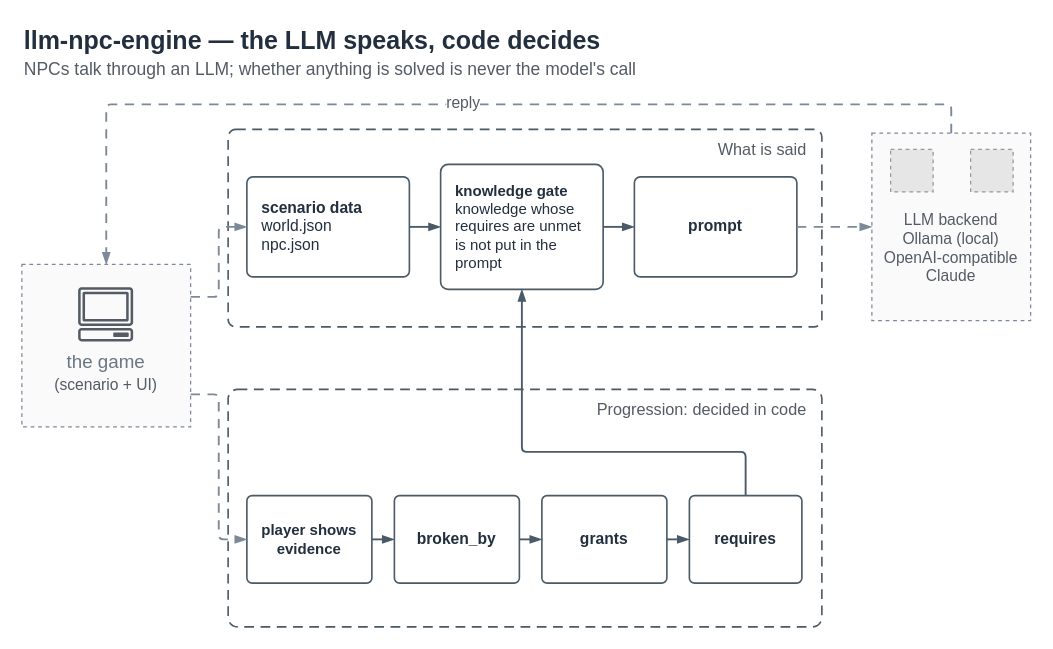
Earlier version of the draw.io diagram docs/architecture.drawio (dkurokawa/llm-npc-engine). Source tidied: cells renumbered, new cells numbered last; positions are measured from the earlier drawing's top-left corner, leaving out a move shared by most shapes. Both pictures are drawn from the tidied source at 125%, with x=0, y=0 at pixel (21, 21). Pictures stored in the file or linked from it are replaced by grey dashed boxes.
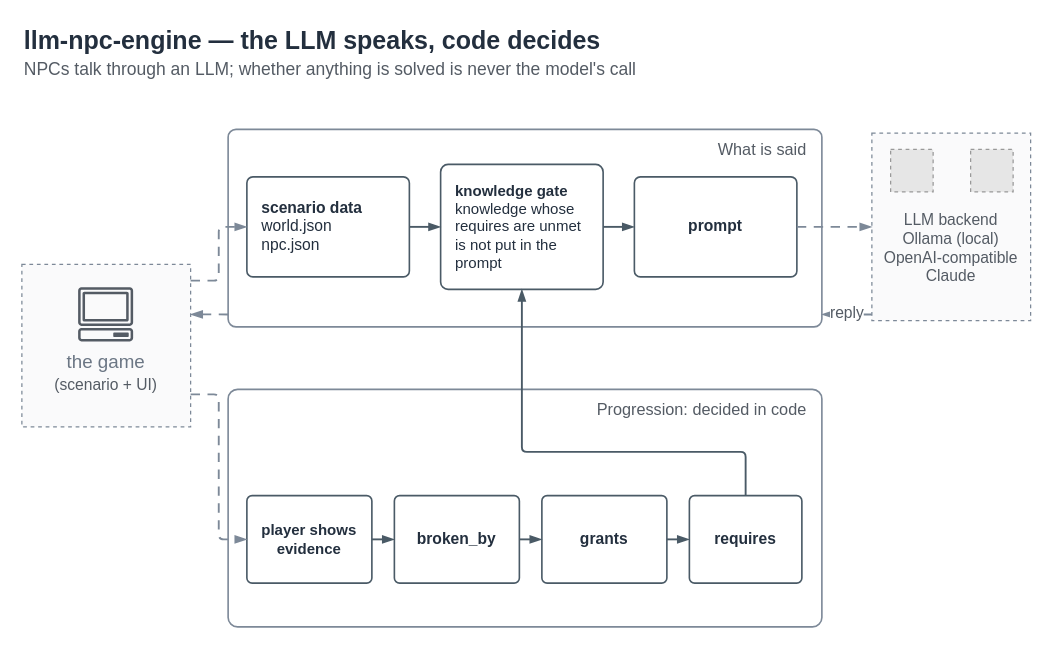
The same page after the edit.

Unchanged cells that the change refers to:
```xml
<mxCell id="5" style="points=[];outlineConnect=0;gradientColor=none;html=1;whiteSpace=wrap;fontSize=12.5;fontStyle=0;shape=mxgraph.aws4.group;grIcon=mxgraph.aws4.group;strokeColor=#7D8998;fillColor=#FAFAFB;verticalAlign=top;align=left;spacingLeft=8;spacingTop=2;fontColor=#6B7684;dashed=1;" parent="1" vertex="1">
  <mxGeometry y="194" width="135" height="130" as="geometry" />
</mxCell>
<mxCell id="7" style="points=[];outlineConnect=0;gradientColor=none;html=1;whiteSpace=wrap;fontSize=12.5;fontStyle=0;shape=mxgraph.aws4.group;grIcon=mxgraph.aws4.group;strokeColor=#7D8998;fillColor=#FAFAFB;verticalAlign=top;align=left;spacingLeft=8;spacingTop=2;fontColor=#6B7684;dashed=1;" parent="1" vertex="1">
  <mxGeometry x="680" y="89" width="127" height="150" as="geometry" />
</mxCell>
<mxCell id="12" value="&lt;b&gt;scenario data&lt;/b&gt;&lt;br&gt;world.json&lt;br&gt;npc.json" style="rounded=1;arcSize=6;html=1;whiteSpace=wrap;fillColor=#FFFFFF;strokeColor=#4A5A66;strokeWidth=1.3;fontSize=12.5;fontColor=#232F3E;align=left;verticalAlign=middle;spacingLeft=10;spacingRight=10;" parent="1" vertex="1">
  <mxGeometry x="180" y="124" width="130" height="80" as="geometry" />
</mxCell>
<mxCell id="13" value="&lt;b&gt;knowledge gate&lt;/b&gt;&lt;br&gt;knowledge whose requires are unmet is not put in the prompt" style="rounded=1;arcSize=6;html=1;whiteSpace=wrap;fillColor=#FFFFFF;strokeColor=#4A5A66;strokeWidth=1.3;fontSize=12;fontColor=#232F3E;align=left;verticalAlign=middle;spacingLeft=10;spacingRight=10;" parent="1" vertex="1">
  <mxGeometry x="335" y="114" width="130" height="100" as="geometry" />
</mxCell>
<mxCell id="16" value="&lt;b&gt;player shows evidence&lt;/b&gt;" style="rounded=1;arcSize=6;html=1;whiteSpace=wrap;fillColor=#FFFFFF;strokeColor=#4A5A66;strokeWidth=1.3;fontSize=12;fontColor=#232F3E;align=center;verticalAlign=middle;spacingLeft=10;spacingRight=10;" parent="1" vertex="1">
  <mxGeometry x="180" y="379" width="100" height="70" as="geometry" />
</mxCell>
<mxCell id="17" value="&lt;b&gt;broken_by&lt;/b&gt;" style="rounded=1;arcSize=6;html=1;whiteSpace=wrap;fillColor=#FFFFFF;strokeColor=#4A5A66;strokeWidth=1.3;fontSize=12.5;fontColor=#232F3E;align=center;verticalAlign=middle;spacingLeft=10;spacingRight=10;" parent="1" vertex="1">
  <mxGeometry x="298" y="379" width="100" height="70" as="geometry" />
</mxCell>
<mxCell id="18" value="&lt;b&gt;grants&lt;/b&gt;" style="rounded=1;arcSize=6;html=1;whiteSpace=wrap;fillColor=#FFFFFF;strokeColor=#4A5A66;strokeWidth=1.3;fontSize=12.5;fontColor=#232F3E;align=center;verticalAlign=middle;spacingLeft=10;spacingRight=10;" parent="1" vertex="1">
  <mxGeometry x="416" y="379" width="100" height="70" as="geometry" />
</mxCell>
<mxCell id="19" value="&lt;b&gt;requires&lt;/b&gt;" style="rounded=1;arcSize=6;html=1;whiteSpace=wrap;fillColor=#FFFFFF;strokeColor=#4A5A66;strokeWidth=1.3;fontSize=12.5;fontColor=#232F3E;align=center;verticalAlign=middle;spacingLeft=10;spacingRight=10;" parent="1" vertex="1">
  <mxGeometry x="534" y="379" width="90" height="70" as="geometry" />
</mxCell>
```

The edit, as a diff of the source:
```diff
@@
-    <mxCell id="11" value="What is said" style="rounded=1;arcSize=4;html=1;whiteSpace=wrap;fillColor=none;strokeColor=#4A5A66;strokeWidth=1.3;dashed=1;dashPattern=6 4;verticalAlign=top;align=right;spacingRight=10;spacingTop=2;fontSize=13;fontColor=#545B64;" parent="1" vertex="1">
+    <mxCell id="11" value="What is said" style="rounded=1;arcSize=4;html=1;whiteSpace=wrap;fillColor=none;strokeColor=#7D8998;strokeWidth=1.3;verticalAlign=top;align=right;spacingRight=10;spacingTop=2;fontSize=13;fontColor=#545B64;" parent="1" vertex="1">
       <mxGeometry x="165" y="86" width="475" height="158" as="geometry" />
     </mxCell>
@@
-    <mxCell id="15" value="Progression: decided in code" style="rounded=1;arcSize=4;html=1;whiteSpace=wrap;fillColor=none;strokeColor=#4A5A66;strokeWidth=1.3;dashed=1;dashPattern=6 4;verticalAlign=top;align=right;spacingRight=10;spacingTop=2;fontSize=13;fontColor=#545B64;" parent="1" vertex="1">
+    <mxCell id="15" value="Progression: decided in code" style="rounded=1;arcSize=4;html=1;whiteSpace=wrap;fillColor=none;strokeColor=#7D8998;strokeWidth=1.3;verticalAlign=top;align=right;spacingRight=10;spacingTop=2;fontSize=13;fontColor=#545B64;" parent="1" vertex="1">
       <mxGeometry x="165" y="294" width="475" height="190" as="geometry" />
     </mxCell>
@@
-    <mxCell id="20" style="edgeStyle=orthogonalEdgeStyle;rounded=1;arcSize=8;html=1;strokeColor=#7D8998;strokeWidth=1.5;endArrow=blockThin;endFill=1;fontSize=12.5;fontColor=#545B64;labelBackgroundColor=#ffffff;spacingTop=-2;exitX=1;exitY=0.2;exitDx=0;exitDy=0;entryX=0;entryY=0.5;entryDx=0;entryDy=0;dashed=1;dashPattern=5 4;" parent="1" edge="1" source="5" target="12">
+    <mxCell id="20" style="edgeStyle=orthogonalEdgeStyle;rounded=1;arcSize=8;html=1;strokeColor=#7D8998;strokeWidth=1.5;endArrow=blockThin;endFill=1;fontSize=12.5;fontColor=#545B64;labelBackgroundColor=#ffffff;spacingTop=-2;exitX=1;exitY=0.1;exitDx=0;exitDy=0;entryX=0;entryY=0.5;entryDx=0;entryDy=0;dashed=1;dashPattern=5 4;" parent="1" edge="1" source="5" target="12">
       <mxGeometry relative="1" as="geometry" />
     </mxCell>
@@
-    <mxCell id="25" value="reply" style="edgeStyle=orthogonalEdgeStyle;rounded=1;arcSize=8;html=1;strokeColor=#7D8998;strokeWidth=1.5;endArrow=blockThin;endFill=1;fontSize=12.5;fontColor=#545B64;labelBackgroundColor=#ffffff;spacingTop=-2;exitX=0.5;exitY=0;exitDx=0;exitDy=0;entryX=0.5;entryY=0;entryDx=0;entryDy=0;dashed=1;dashPattern=5 4;" parent="1" edge="1" source="7" target="5">
-      <mxGeometry relative="1" as="geometry">
-        <Array as="points">
-          <mxPoint x="743" y="66" />
-          <mxPoint x="67" y="66" />
-        </Array>
-      </mxGeometry>
+    <mxCell id="25" value="reply" style="edgeStyle=orthogonalEdgeStyle;rounded=1;arcSize=8;html=1;strokeColor=#7D8998;strokeWidth=1.5;endArrow=blockThin;endFill=1;fontSize=12.5;fontColor=#545B64;labelBackgroundColor=#ffffff;spacingTop=-2;exitX=0;exitY=0.967;exitDx=0;exitDy=0;entryX=1;entryY=0.937;entryDx=0;entryDy=0;dashed=1;dashPattern=5 4;" parent="1" edge="1" source="7" target="11">
+      <mxGeometry relative="1" as="geometry" />
     </mxCell>
-    <mxCell id="26" style="edgeStyle=orthogonalEdgeStyle;rounded=1;arcSize=8;html=1;strokeColor=#4A5A66;strokeWidth=1.5;endArrow=blockThin;endFill=1;fontSize=12.5;fontColor=#545B64;labelBackgroundColor=#ffffff;spacingTop=-2;exitX=1;exitY=0.5;exitDx=0;exitDy=0;entryX=0;entryY=0.5;entryDx=0;entryDy=0;" parent="1" edge="1" source="16" target="17">
+    <mxCell id="26" style="edgeStyle=orthogonalEdgeStyle;rounded=1;arcSize=8;html=1;strokeColor=#7D8998;strokeWidth=1.5;endArrow=blockThin;endFill=1;fontSize=12.5;fontColor=#545B64;labelBackgroundColor=#ffffff;spacingTop=-2;exitX=0;exitY=0.937;exitDx=0;exitDy=0;entryX=1;entryY=0.308;entryDx=0;entryDy=0;dashed=1;dashPattern=5 4;" parent="1" edge="1" source="11" target="5">
       <mxGeometry relative="1" as="geometry" />
     </mxCell>
-    <mxCell id="27" style="edgeStyle=orthogonalEdgeStyle;rounded=1;arcSize=8;html=1;strokeColor=#4A5A66;strokeWidth=1.5;endArrow=blockThin;endFill=1;fontSize=12.5;fontColor=#545B64;labelBackgroundColor=#ffffff;spacingTop=-2;exitX=1;exitY=0.5;exitDx=0;exitDy=0;entryX=0;entryY=0.5;entryDx=0;entryDy=0;" parent="1" edge="1" source="17" target="18">
+    <mxCell id="27" style="edgeStyle=orthogonalEdgeStyle;rounded=1;arcSize=8;html=1;strokeColor=#4A5A66;strokeWidth=1.5;endArrow=blockThin;endFill=1;fontSize=12.5;fontColor=#545B64;labelBackgroundColor=#ffffff;spacingTop=-2;exitX=1;exitY=0.5;exitDx=0;exitDy=0;entryX=0;entryY=0.5;entryDx=0;entryDy=0;" parent="1" edge="1" source="16" target="17">
       <mxGeometry relative="1" as="geometry" />
     </mxCell>
-    <mxCell id="28" style="edgeStyle=orthogonalEdgeStyle;rounded=1;arcSize=8;html=1;strokeColor=#4A5A66;strokeWidth=1.5;endArrow=blockThin;endFill=1;fontSize=12.5;fontColor=#545B64;labelBackgroundColor=#ffffff;spacingTop=-2;exitX=1;exitY=0.5;exitDx=0;exitDy=0;entryX=0;entryY=0.5;entryDx=0;entryDy=0;" parent="1" edge="1" source="18" target="19">
+    <mxCell id="28" style="edgeStyle=orthogonalEdgeStyle;rounded=1;arcSize=8;html=1;strokeColor=#4A5A66;strokeWidth=1.5;endArrow=blockThin;endFill=1;fontSize=12.5;fontColor=#545B64;labelBackgroundColor=#ffffff;spacingTop=-2;exitX=1;exitY=0.5;exitDx=0;exitDy=0;entryX=0;entryY=0.5;entryDx=0;entryDy=0;" parent="1" edge="1" source="17" target="18">
       <mxGeometry relative="1" as="geometry" />
     </mxCell>
-    <mxCell id="29" style="edgeStyle=orthogonalEdgeStyle;rounded=1;arcSize=8;html=1;strokeColor=#4A5A66;strokeWidth=1.5;endArrow=blockThin;endFill=1;fontSize=12.5;fontColor=#545B64;labelBackgroundColor=#ffffff;spacingTop=-2;exitX=0.5;exitY=0;exitDx=0;exitDy=0;entryX=0.5;entryY=1;entryDx=0;entryDy=0;" parent="1" edge="1" source="19" target="13">
-      <mxGeometry relative="1" as="geometry">
-        <Array as="points">
-          <mxPoint x="579" y="344" />
-          <mxPoint x="400" y="344" />
-        </Array>
-      </mxGeometry>
+    <mxCell id="29" style="edgeStyle=orthogonalEdgeStyle;rounded=1;arcSize=8;html=1;strokeColor=#4A5A66;strokeWidth=1.5;endArrow=blockThin;endFill=1;fontSize=12.5;fontColor=#545B64;labelBackgroundColor=#ffffff;spacingTop=-2;exitX=1;exitY=0.5;exitDx=0;exitDy=0;entryX=0;entryY=0.5;entryDx=0;entryDy=0;" parent="1" edge="1" source="18" target="19">
+      <mxGeometry relative="1" as="geometry" />
     </mxCell>
+    <mxCell id="30" style="edgeStyle=orthogonalEdgeStyle;rounded=1;arcSize=8;html=1;strokeColor=#4A5A66;strokeWidth=1.5;endArrow=blockThin;endFill=1;fontSize=12.5;fontColor=#545B64;labelBackgroundColor=#ffffff;spacingTop=-2;exitX=0.5;exitY=0;exitDx=0;exitDy=0;entryX=0.5;entryY=1;entryDx=0;entryDy=0;" parent="1" edge="1" source="19" target="13">
+      <mxGeometry relative="1" as="geometry">
+        <Array as="points">
+          <mxPoint x="579" y="344" />
+          <mxPoint x="400" y="344" />
+        </Array>
+      </mxGeometry>
+    </mxCell>
```
